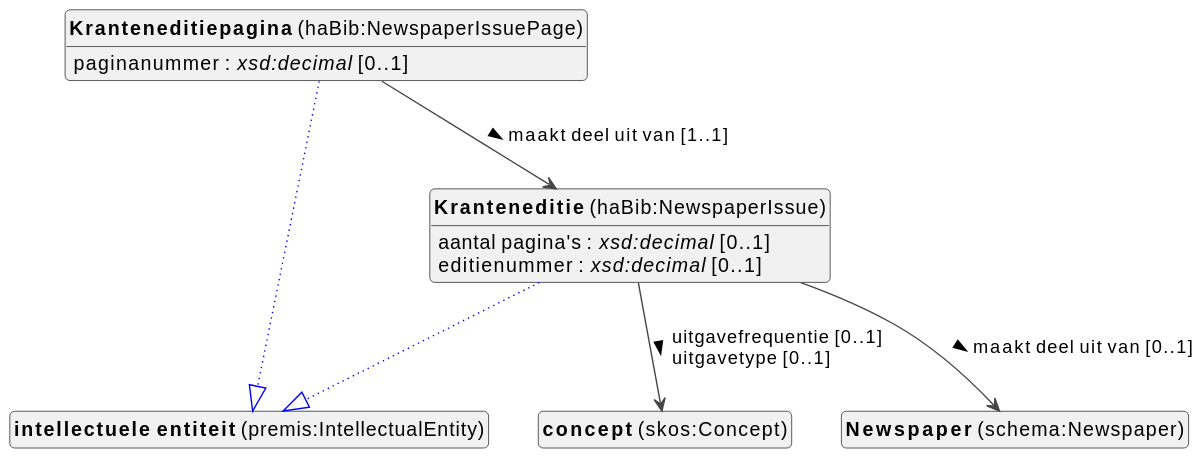
Before: docs/metadata/knowledge-graph/0.0.1/bibliographic/nl/bibliographic-diagram.svg, a diagram exported from PlantUML (viaacode/documentation-jekyll). The source it was exported from:
```plantuml
@startuml
!theme vibrant
skinparam classFontSize 14
!define LIGHTORANGE
skinparam componentStyle uml2
skinparam wrapMessageWidth 1000
skinparam wrapWidth 1000
skinparam shadowing false
skinparam ArrowMessageAlignment left
top to bottom direction


class "<b>Newspaper</b> (schema:Newspaper)" as schema_Newspaper [[#schema%3ANewspaper]]
class "<b>Kranteneditie</b> (haBib:NewspaperIssue)" as haBib_NewspaperIssue [[#haBib%3ANewspaperIssue]]
class "<b>intellectuele entiteit</b> (premis:IntellectualEntity)" as premis_IntellectualEntity [[#premis%3AIntellectualEntity]]
class "<b>Kranteneditiepagina</b> (haBib:NewspaperIssuePage)" as haBib_NewspaperIssuePage [[#haBib%3ANewspaperIssuePage]]
class "<b>intellectuele entiteit</b> (premis:IntellectualEntity)" as premis_IntellectualEntity [[#premis%3AIntellectualEntity]]
class "<b>concept</b> (skos:Concept)" as skos_Concept [[../../terms/nl#skos%3AConcept]]



haBib_NewspaperIssue --|> premis_IntellectualEntity #blue;line.dotted;text:blue

haBib_NewspaperIssue : aantal pagina's : <i>xsd:decimal</i> [0..1]
haBib_NewspaperIssue : editienummer : <i>xsd:decimal</i> [0..1]
haBib_NewspaperIssue --> schema_Newspaper :maakt deel uit van [0..1]  >
haBib_NewspaperIssue --> skos_Concept :uitgavefrequentie [0..1]  \luitgavetype [0..1]  >


haBib_NewspaperIssuePage --|> premis_IntellectualEntity #blue;line.dotted;text:blue

haBib_NewspaperIssuePage : paginanummer : <i>xsd:decimal</i> [0..1]
haBib_NewspaperIssuePage --> haBib_NewspaperIssue :maakt deel uit van [1..1]  >





hide circle
hide methods
hide empty members
@enduml
```
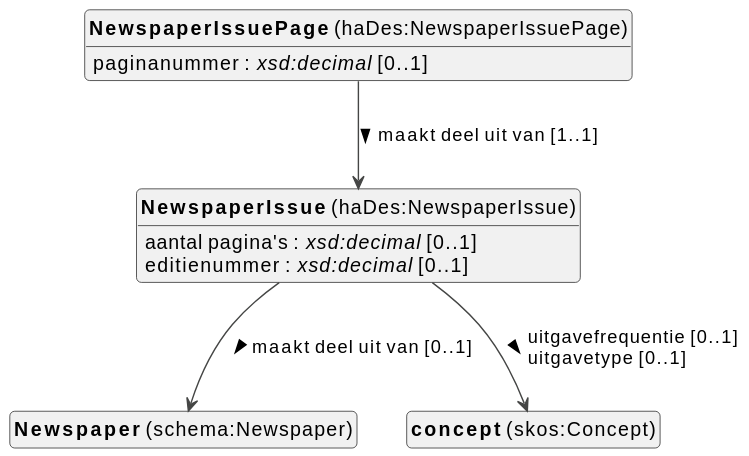
After the change.

Diff of the diagram source:
```diff
@@ -10,27 +10,23 @@
 top to bottom direction
 
 
+class "<b>NewspaperIssue</b> (haDes:NewspaperIssue)" as haDes_NewspaperIssue [[#haDes%3ANewspaperIssue]]
+class "<b>NewspaperIssuePage</b> (haDes:NewspaperIssuePage)" as haDes_NewspaperIssuePage [[#haDes%3ANewspaperIssuePage]]
 class "<b>Newspaper</b> (schema:Newspaper)" as schema_Newspaper [[#schema%3ANewspaper]]
-class "<b>Kranteneditie</b> (haBib:NewspaperIssue)" as haBib_NewspaperIssue [[#haBib%3ANewspaperIssue]]
-class "<b>intellectuele entiteit</b> (premis:IntellectualEntity)" as premis_IntellectualEntity [[#premis%3AIntellectualEntity]]
-class "<b>Kranteneditiepagina</b> (haBib:NewspaperIssuePage)" as haBib_NewspaperIssuePage [[#haBib%3ANewspaperIssuePage]]
-class "<b>intellectuele entiteit</b> (premis:IntellectualEntity)" as premis_IntellectualEntity [[#premis%3AIntellectualEntity]]
 class "<b>concept</b> (skos:Concept)" as skos_Concept [[../../terms/nl#skos%3AConcept]]
 
 
-
-haBib_NewspaperIssue --|> premis_IntellectualEntity #blue;line.dotted;text:blue
-
-haBib_NewspaperIssue : aantal pagina's : <i>xsd:decimal</i> [0..1]
-haBib_NewspaperIssue : editienummer : <i>xsd:decimal</i> [0..1]
-haBib_NewspaperIssue --> schema_Newspaper :maakt deel uit van [0..1]  >
-haBib_NewspaperIssue --> skos_Concept :uitgavefrequentie [0..1]  \luitgavetype [0..1]  >
+haDes_NewspaperIssue : aantal pagina's : <i>xsd:decimal</i> [0..1]
+haDes_NewspaperIssue : editienummer : <i>xsd:decimal</i> [0..1]
+haDes_NewspaperIssue --> schema_Newspaper :maakt deel uit van [0..1]  >
+haDes_NewspaperIssue --> skos_Concept :uitgavefrequentie [0..1]  \luitgavetype [0..1]  >
 
 
-haBib_NewspaperIssuePage --|> premis_IntellectualEntity #blue;line.dotted;text:blue
 
-haBib_NewspaperIssuePage : paginanummer : <i>xsd:decimal</i> [0..1]
-haBib_NewspaperIssuePage --> haBib_NewspaperIssue :maakt deel uit van [1..1]  >
+haDes_NewspaperIssuePage : paginanummer : <i>xsd:decimal</i> [0..1]
+haDes_NewspaperIssuePage --> haDes_NewspaperIssue :maakt deel uit van [1..1]  >
+
+
 
 
 
```
